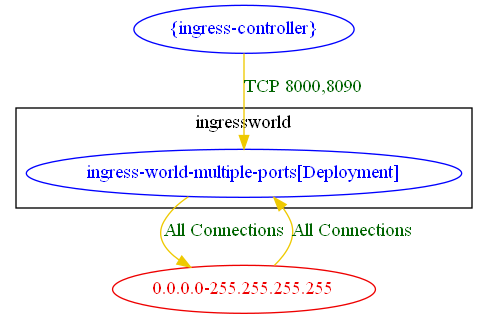
Earlier version of the Graphviz export test_outputs/connlist/one_ingress_multiple_ports_connlist_output.dot.png (np-guard/netpol-analyzer). Its source is kept beside it as test_outputs/connlist/one_ingress_multiple_ports_connlist_output.dot. Its diagram source:
```dot
digraph {
	subgraph cluster_ingressworld {
		"ingress-world-multiple-ports[Deployment]" [label="ingress-world-multiple-ports[Deployment]" color="blue" fontcolor="blue"]
		label="ingressworld"
	}
	"0.0.0.0-255.255.255.255" [label="0.0.0.0-255.255.255.255" color="red2" fontcolor="red2"]
	"{ingress-controller}" [label="{ingress-controller}" color="blue" fontcolor="blue"]
	"0.0.0.0-255.255.255.255" -> "ingress-world-multiple-ports[Deployment]" [label="All Connections" color="gold2" fontcolor="darkgreen"]
	"ingress-world-multiple-ports[Deployment]" -> "0.0.0.0-255.255.255.255" [label="All Connections" color="gold2" fontcolor="darkgreen"]
	"{ingress-controller}" -> "ingress-world-multiple-ports[Deployment]" [label="TCP 8000,8090" color="gold2" fontcolor="darkgreen"]
}
```
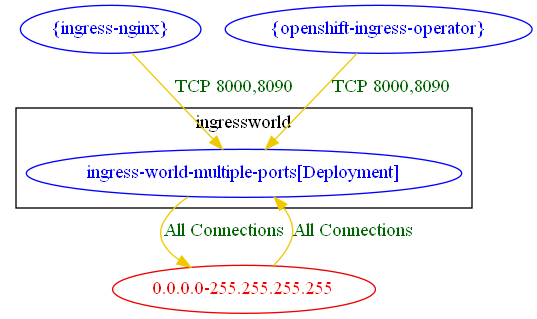
Later version of the same file.

The edit, as a diff of the source:
```diff
@@ -4,8 +4,10 @@
 		label="ingressworld"
 	}
 	"0.0.0.0-255.255.255.255" [label="0.0.0.0-255.255.255.255" color="red2" fontcolor="red2"]
-	"{ingress-controller}" [label="{ingress-controller}" color="blue" fontcolor="blue"]
+	"{ingress-nginx}" [label="{ingress-nginx}" color="blue" fontcolor="blue"]
+	"{openshift-ingress-operator}" [label="{openshift-ingress-operator}" color="blue" fontcolor="blue"]
 	"0.0.0.0-255.255.255.255" -> "ingress-world-multiple-ports[Deployment]" [label="All Connections" color="gold2" fontcolor="darkgreen"]
 	"ingress-world-multiple-ports[Deployment]" -> "0.0.0.0-255.255.255.255" [label="All Connections" color="gold2" fontcolor="darkgreen"]
-	"{ingress-controller}" -> "ingress-world-multiple-ports[Deployment]" [label="TCP 8000,8090" color="gold2" fontcolor="darkgreen"]
+	"{ingress-nginx}" -> "ingress-world-multiple-ports[Deployment]" [label="TCP 8000,8090" color="gold2" fontcolor="darkgreen"]
+	"{openshift-ingress-operator}" -> "ingress-world-multiple-ports[Deployment]" [label="TCP 8000,8090" color="gold2" fontcolor="darkgreen"]
 }
```
